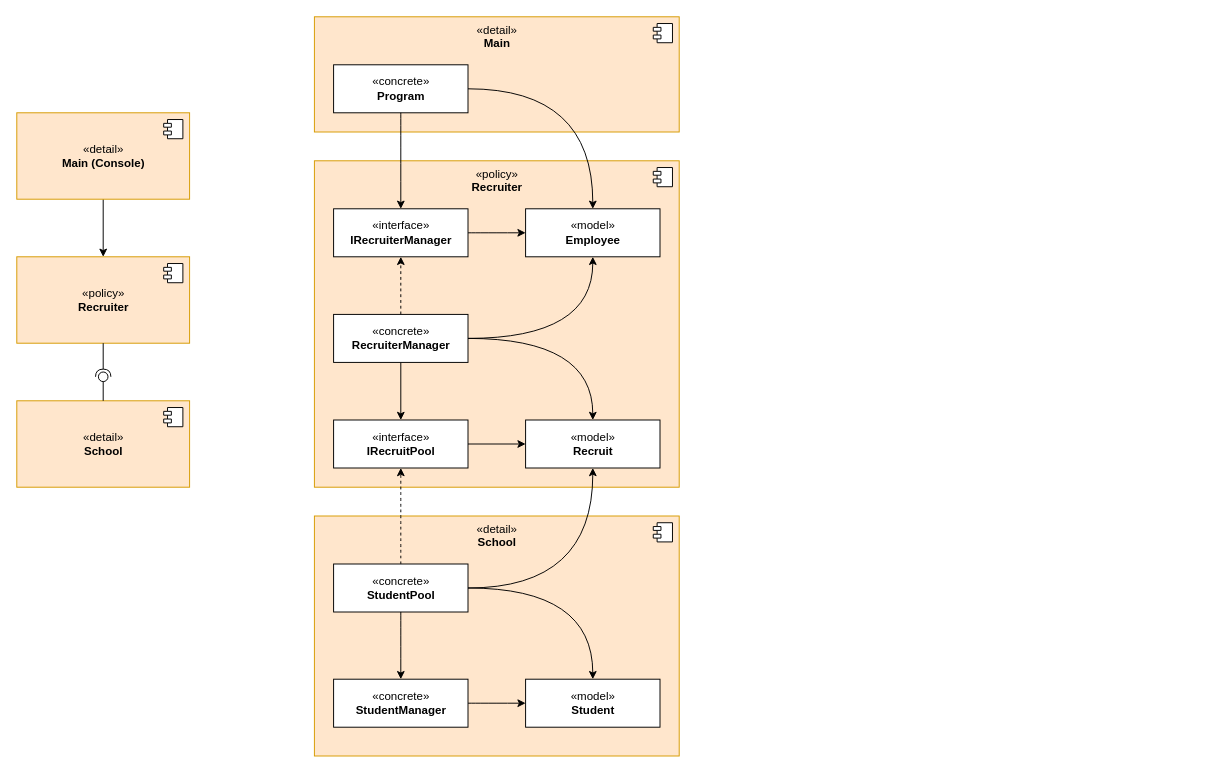
Before: Design Artifacts/Demo Components.drawio in Fabricari/dependency-injection-demo, a draw.io diagram. Source tidied: cells renumbered, new cells numbered last; positions are measured from the earlier drawing's top-left corner, leaving out a move shared by most shapes. Both pictures are drawn from the tidied source at 96%, with x=0, y=0 at pixel (16, 16).
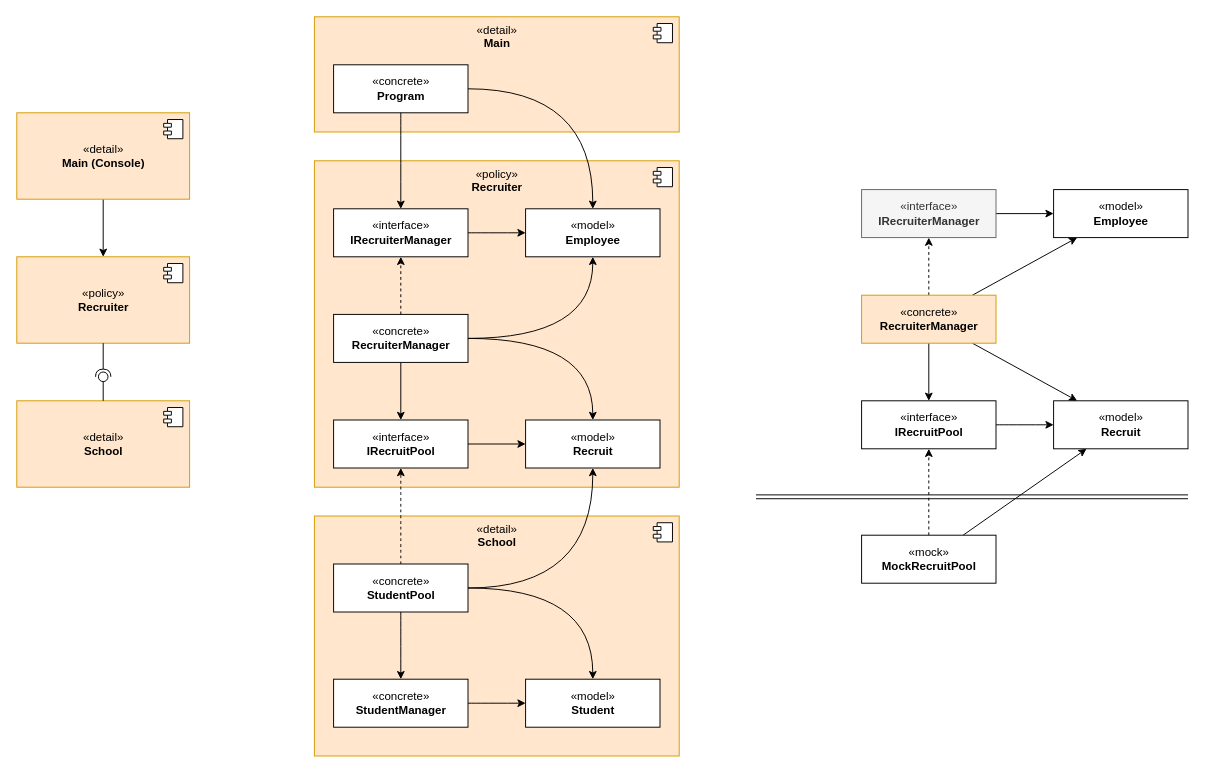
After the change.

Commit message (it also covers changes not shown here):
Add demo of RecruiterManager with Mocks to test Interface Boundaries

The edit, as a diff of the source:
```diff
@@
+    <mxCell id="40" style="edgeStyle=orthogonalEdgeStyle;rounded=0;jettySize=auto;html=1;" parent="1" edge="1" source="44" target="46">
+      <mxGeometry relative="1" as="geometry" />
+    </mxCell>
+    <mxCell id="41" style="rounded=0;jettySize=auto;html=1;" parent="1" edge="1" source="44" target="50">
+      <mxGeometry relative="1" as="geometry" />
+    </mxCell>
+    <mxCell id="42" style="rounded=0;jettySize=auto;html=1;" parent="1" edge="1" source="44" target="51">
+      <mxGeometry relative="1" as="geometry" />
+    </mxCell>
+    <mxCell id="43" style="edgeStyle=none;rounded=0;jettySize=auto;html=1;dashed=1;" parent="1" edge="1" source="44" target="53">
+      <mxGeometry relative="1" as="geometry" />
+    </mxCell>
+    <mxCell id="44" value="«concrete»&lt;br&gt;&lt;b&gt;RecruiterManager&lt;/b&gt;" style="html=1;align=center;fillColor=#ffe6cc;strokeColor=#d79b00;" parent="1" vertex="1">
+      <mxGeometry x="880" y="290" width="140" height="50" as="geometry" />
+    </mxCell>
+    <mxCell id="45" style="edgeStyle=orthogonalEdgeStyle;curved=1;rounded=0;jettySize=auto;html=1;entryX=0;entryY=0.5;entryDx=0;entryDy=0;" parent="1" edge="1" source="46" target="50">
+      <mxGeometry relative="1" as="geometry" />
+    </mxCell>
+    <mxCell id="46" value="«interface»&lt;br&gt;&lt;b&gt;IRecruitPool&lt;/b&gt;" style="html=1;align=center;" parent="1" vertex="1">
+      <mxGeometry x="880" y="400" width="140" height="50" as="geometry" />
+    </mxCell>
+    <mxCell id="47" style="edgeStyle=none;rounded=0;jettySize=auto;html=1;dashed=1;" parent="1" edge="1" source="49" target="46">
+      <mxGeometry relative="1" as="geometry" />
+    </mxCell>
+    <mxCell id="48" style="edgeStyle=none;rounded=0;jettySize=auto;html=1;" parent="1" edge="1" source="49" target="50">
+      <mxGeometry relative="1" as="geometry" />
+    </mxCell>
+    <mxCell id="49" value="«mock»&lt;br&gt;&lt;b&gt;MockRecruitPool&lt;/b&gt;" style="html=1;align=center;" parent="1" vertex="1">
+      <mxGeometry x="880" y="540" width="140" height="50" as="geometry" />
+    </mxCell>
+    <mxCell id="50" value="«model»&lt;br&gt;&lt;b&gt;Recruit&lt;/b&gt;" style="html=1;align=center;" parent="1" vertex="1">
+      <mxGeometry x="1080" y="400" width="140" height="50" as="geometry" />
+    </mxCell>
+    <mxCell id="51" value="«model»&lt;br&gt;&lt;b&gt;Employee&lt;/b&gt;" style="html=1;align=center;" parent="1" vertex="1">
+      <mxGeometry x="1080" y="180" width="140" height="50" as="geometry" />
+    </mxCell>
+    <mxCell id="52" style="edgeStyle=none;rounded=0;jettySize=auto;html=1;" parent="1" edge="1" source="53" target="51">
+      <mxGeometry relative="1" as="geometry" />
+    </mxCell>
+    <mxCell id="53" value="«interface»&lt;br&gt;&lt;b&gt;IRecruiterManager&lt;/b&gt;" style="html=1;align=center;fillColor=#f5f5f5;strokeColor=#666666;fontColor=#333333;" parent="1" vertex="1">
+      <mxGeometry x="880" y="180" width="140" height="50" as="geometry" />
+    </mxCell>
+    <mxCell id="54" style="edgeStyle=none;rounded=0;orthogonalLoop=1;jettySize=auto;html=1;" parent="1" edge="1">
+      <mxGeometry relative="1" as="geometry">
+        <mxPoint x="1070" y="580" as="sourcePoint" />
+      </mxGeometry>
+    </mxCell>
+    <mxCell id="55" style="edgeStyle=none;rounded=0;orthogonalLoop=1;jettySize=auto;html=1;dashed=1;" parent="1" edge="1">
+      <mxGeometry relative="1" as="geometry">
+        <mxPoint x="1200" y="675" as="targetPoint" />
+      </mxGeometry>
+    </mxCell>
+    <mxCell id="56" style="shape=link;html=1;" parent="1" edge="1">
+      <mxGeometry relative="1" as="geometry">
+        <mxPoint x="770" y="500" as="sourcePoint" />
+        <mxPoint x="1220" y="500" as="targetPoint" />
+      </mxGeometry>
+    </mxCell>
```
